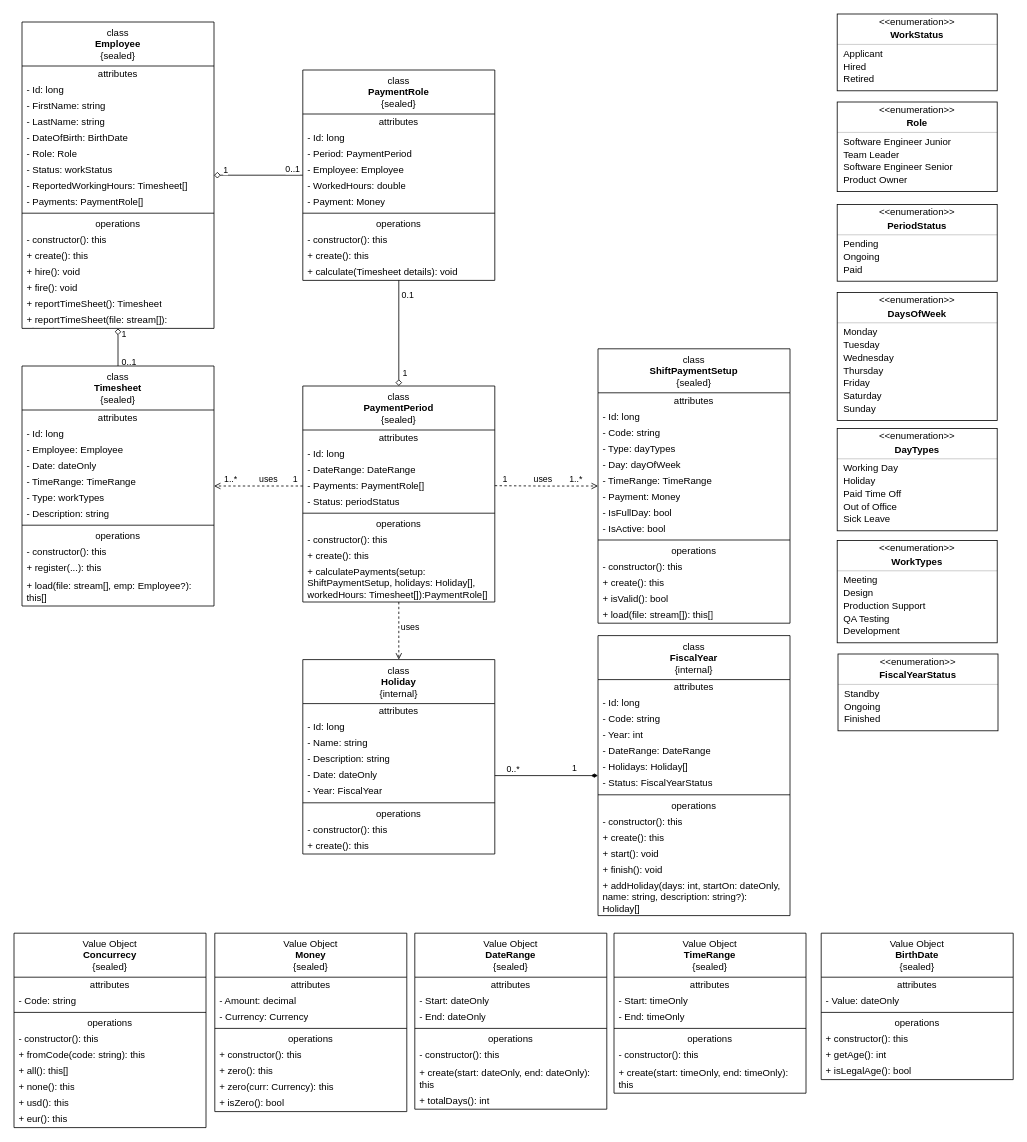
Earlier version of the draw.io diagram docs/diagrams/PaymentRole-app.drawio (rsmacias/PaymentCalculator). Source tidied: cells renumbered, new cells numbered last; positions are measured from the earlier drawing's top-left corner, leaving out a move shared by most shapes. Both pictures are drawn from the tidied source at 80%, with x=0, y=0 at pixel (14, 14).
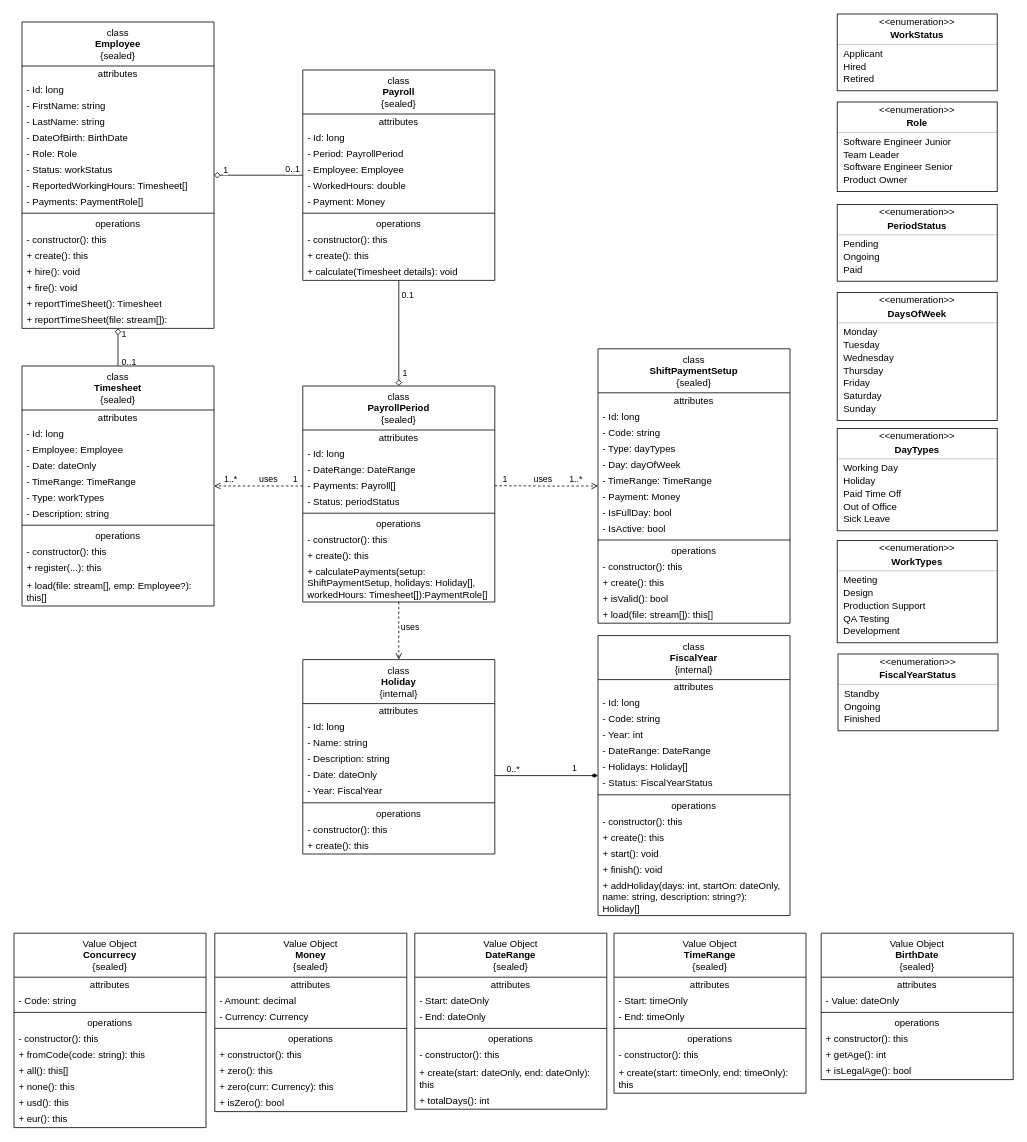
After the change.

Commit message (it also covers changes not shown here):
refactor(domain): changed the keywords 'PaymentRole', and 'Payment' by a better accurately keyword 'Payroll'.

What changed in the source:
```diff
@@
-    <mxCell id="36" value="class&lt;br&gt;&lt;b&gt;PaymentRole&lt;/b&gt;&lt;br&gt;{sealed}" style="swimlane;fontStyle=0;align=center;verticalAlign=top;horizontal=1;startSize=55;html=1;whiteSpace=wrap;" parent="1" vertex="1">
+    <mxCell id="36" value="class&lt;br&gt;&lt;b&gt;Payroll&lt;/b&gt;&lt;br&gt;{sealed}" style="swimlane;fontStyle=0;align=center;verticalAlign=top;horizontal=1;startSize=55;html=1;whiteSpace=wrap;" parent="1" vertex="1">
       <mxGeometry x="361" y="70" width="240" height="263" as="geometry" />
     </mxCell>
@@
-    <mxCell id="39" value="- Period: PaymentPeriod" style="text;html=1;strokeColor=none;fillColor=none;align=left;verticalAlign=middle;spacingLeft=4;spacingRight=4;overflow=hidden;whiteSpace=wrap;" parent="36" vertex="1">
+    <mxCell id="39" value="- Period: PayrollPeriod" style="text;html=1;strokeColor=none;fillColor=none;align=left;verticalAlign=middle;spacingLeft=4;spacingRight=4;overflow=hidden;whiteSpace=wrap;" parent="36" vertex="1">
       <mxGeometry y="95" width="240" height="20" as="geometry" />
     </mxCell>
@@
-    <mxCell id="107" value="class&lt;br&gt;&lt;b&gt;PaymentPeriod&lt;/b&gt;&lt;br&gt;{sealed}" style="swimlane;fontStyle=0;align=center;verticalAlign=top;horizontal=1;startSize=55;html=1;whiteSpace=wrap;" parent="1" vertex="1">
+    <mxCell id="107" value="class&lt;br&gt;&lt;b&gt;PayrollPeriod&lt;/b&gt;&lt;br&gt;{sealed}" style="swimlane;fontStyle=0;align=center;verticalAlign=top;horizontal=1;startSize=55;html=1;whiteSpace=wrap;" parent="1" vertex="1">
       <mxGeometry x="361" y="465" width="240" height="270" as="geometry" />
     </mxCell>
@@
-    <mxCell id="111" value="- Payments: PaymentRole[]" style="text;html=1;strokeColor=none;fillColor=none;align=left;verticalAlign=middle;spacingLeft=4;spacingRight=4;overflow=hidden;points=[[0,0.5],[1,0.5]];portConstraint=eastwest;whiteSpace=wrap;" parent="107" vertex="1">
+    <mxCell id="111" value="- Payments: Payroll[]" style="text;html=1;strokeColor=none;fillColor=none;align=left;verticalAlign=middle;spacingLeft=4;spacingRight=4;overflow=hidden;points=[[0,0.5],[1,0.5]];portConstraint=eastwest;whiteSpace=wrap;" parent="107" vertex="1">
       <mxGeometry y="115" width="240" height="20" as="geometry" />
     </mxCell>
```
